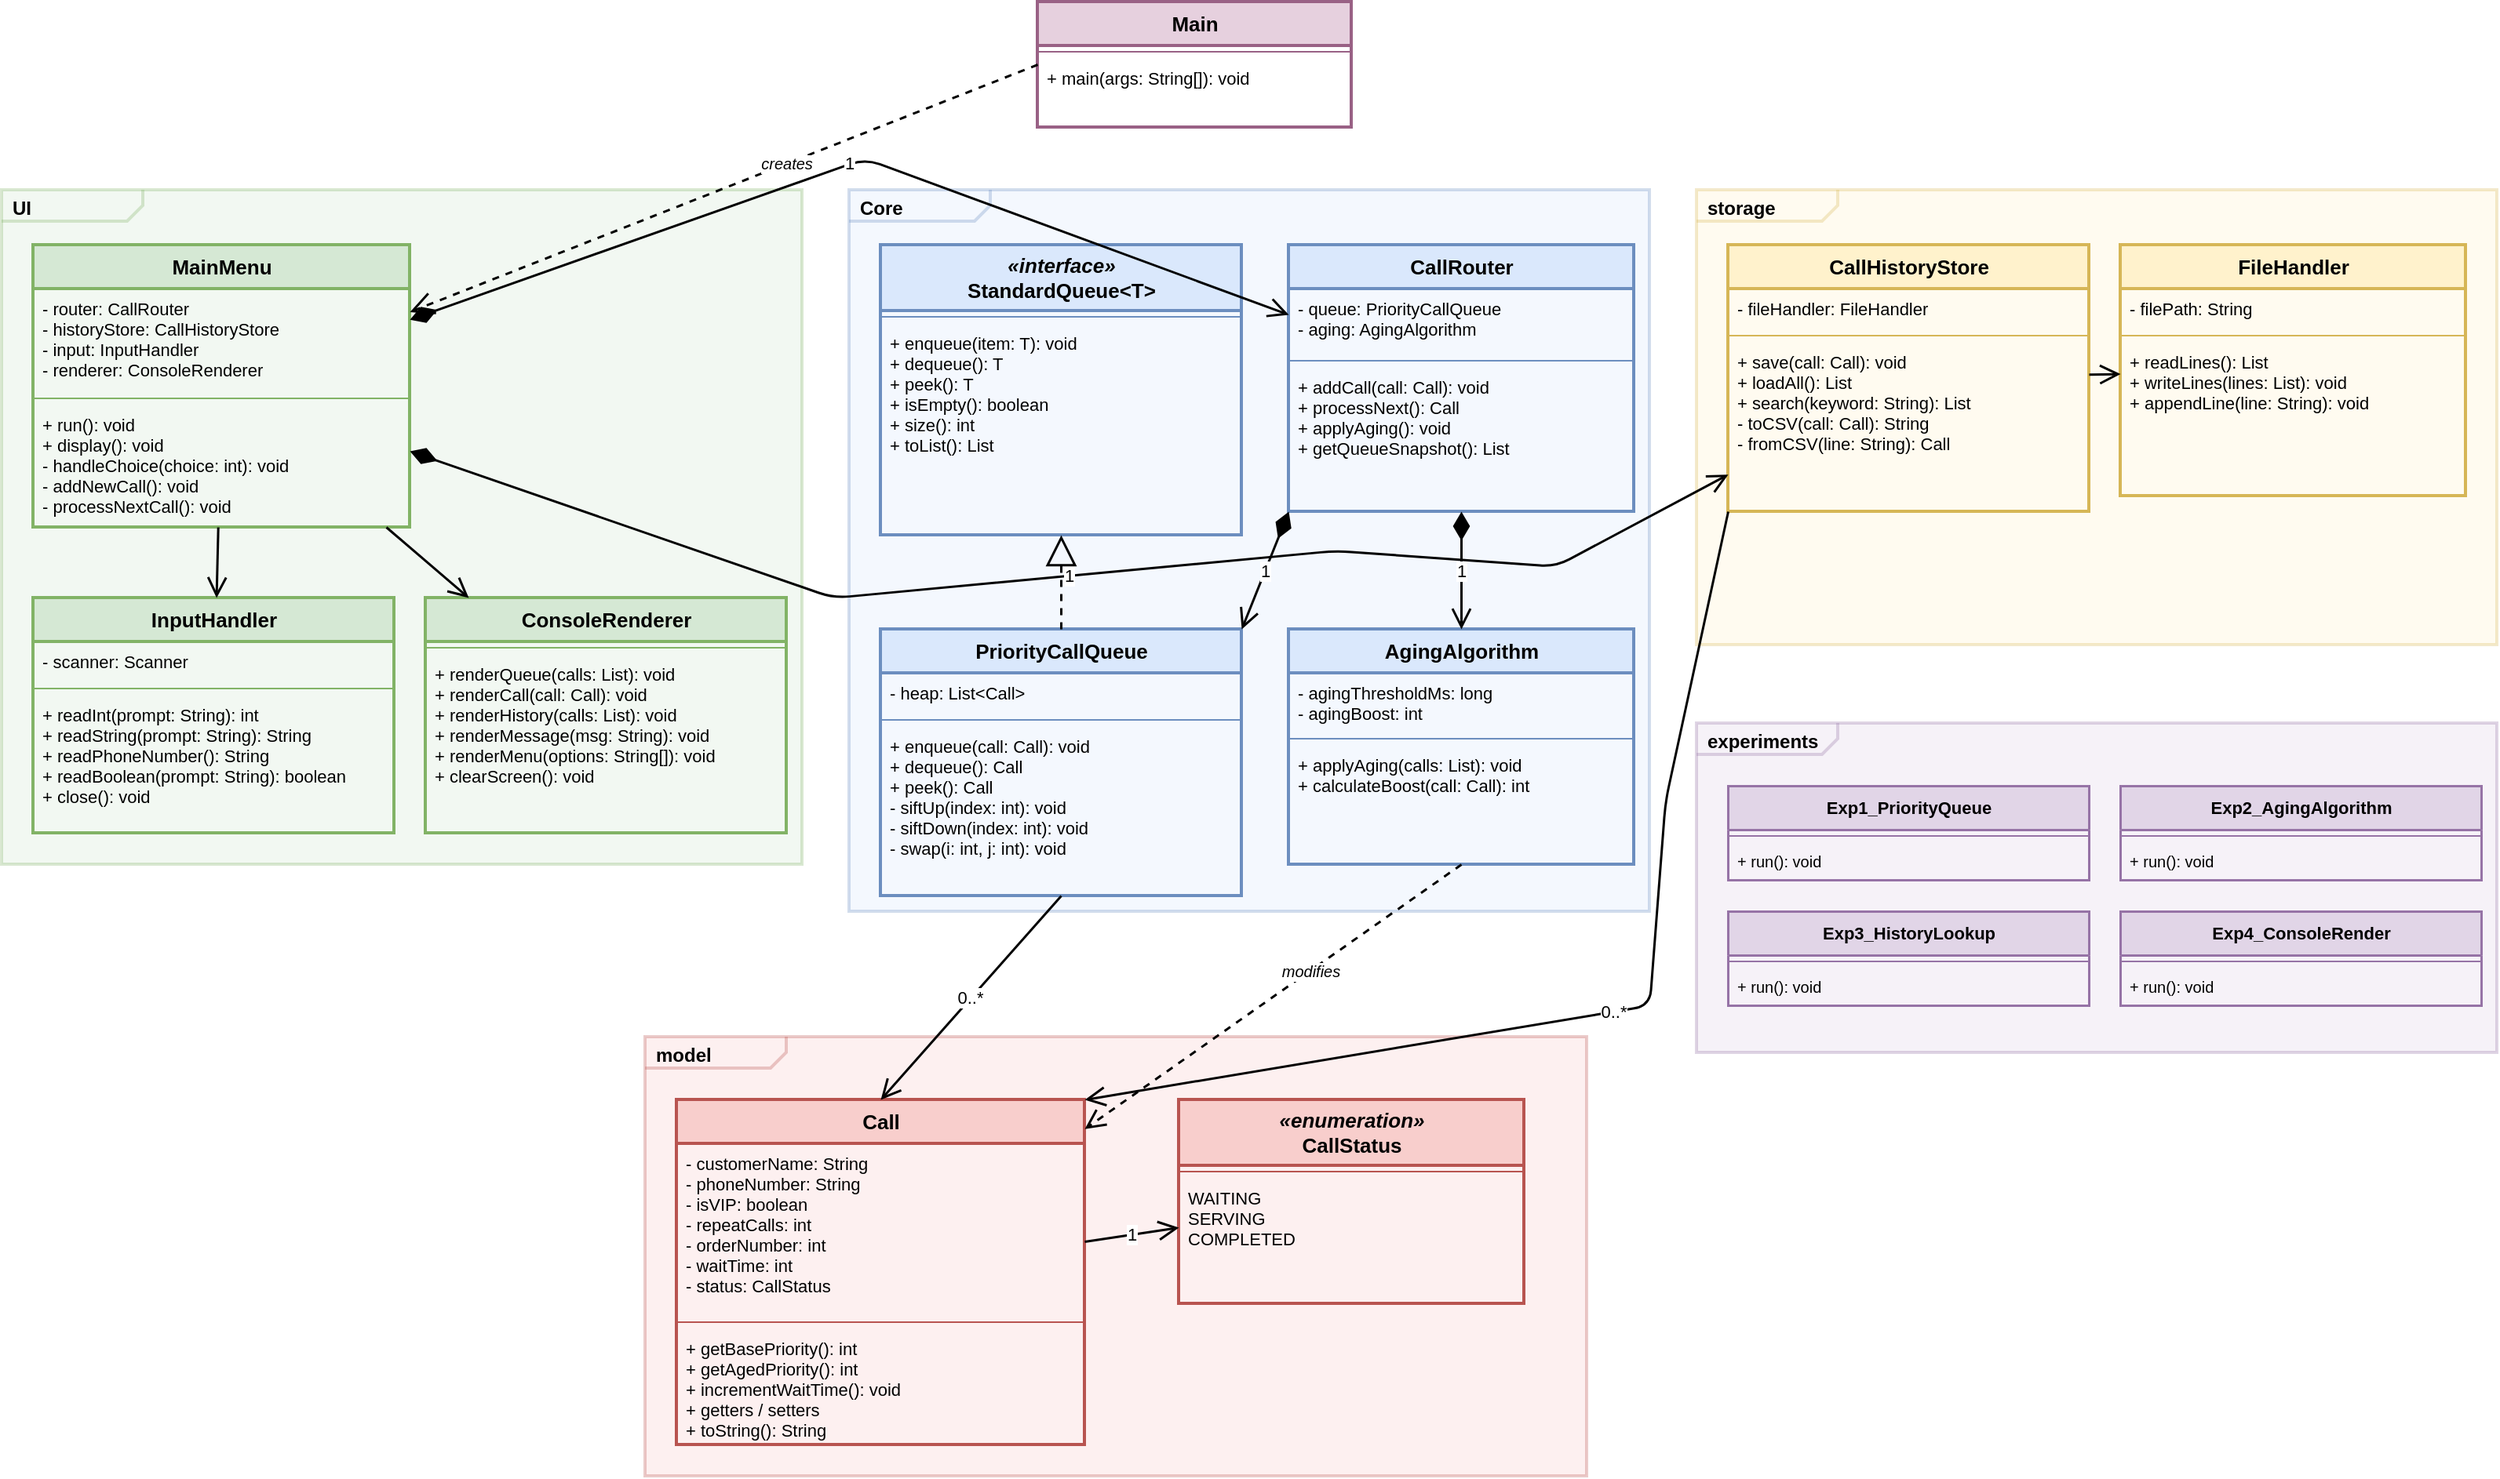
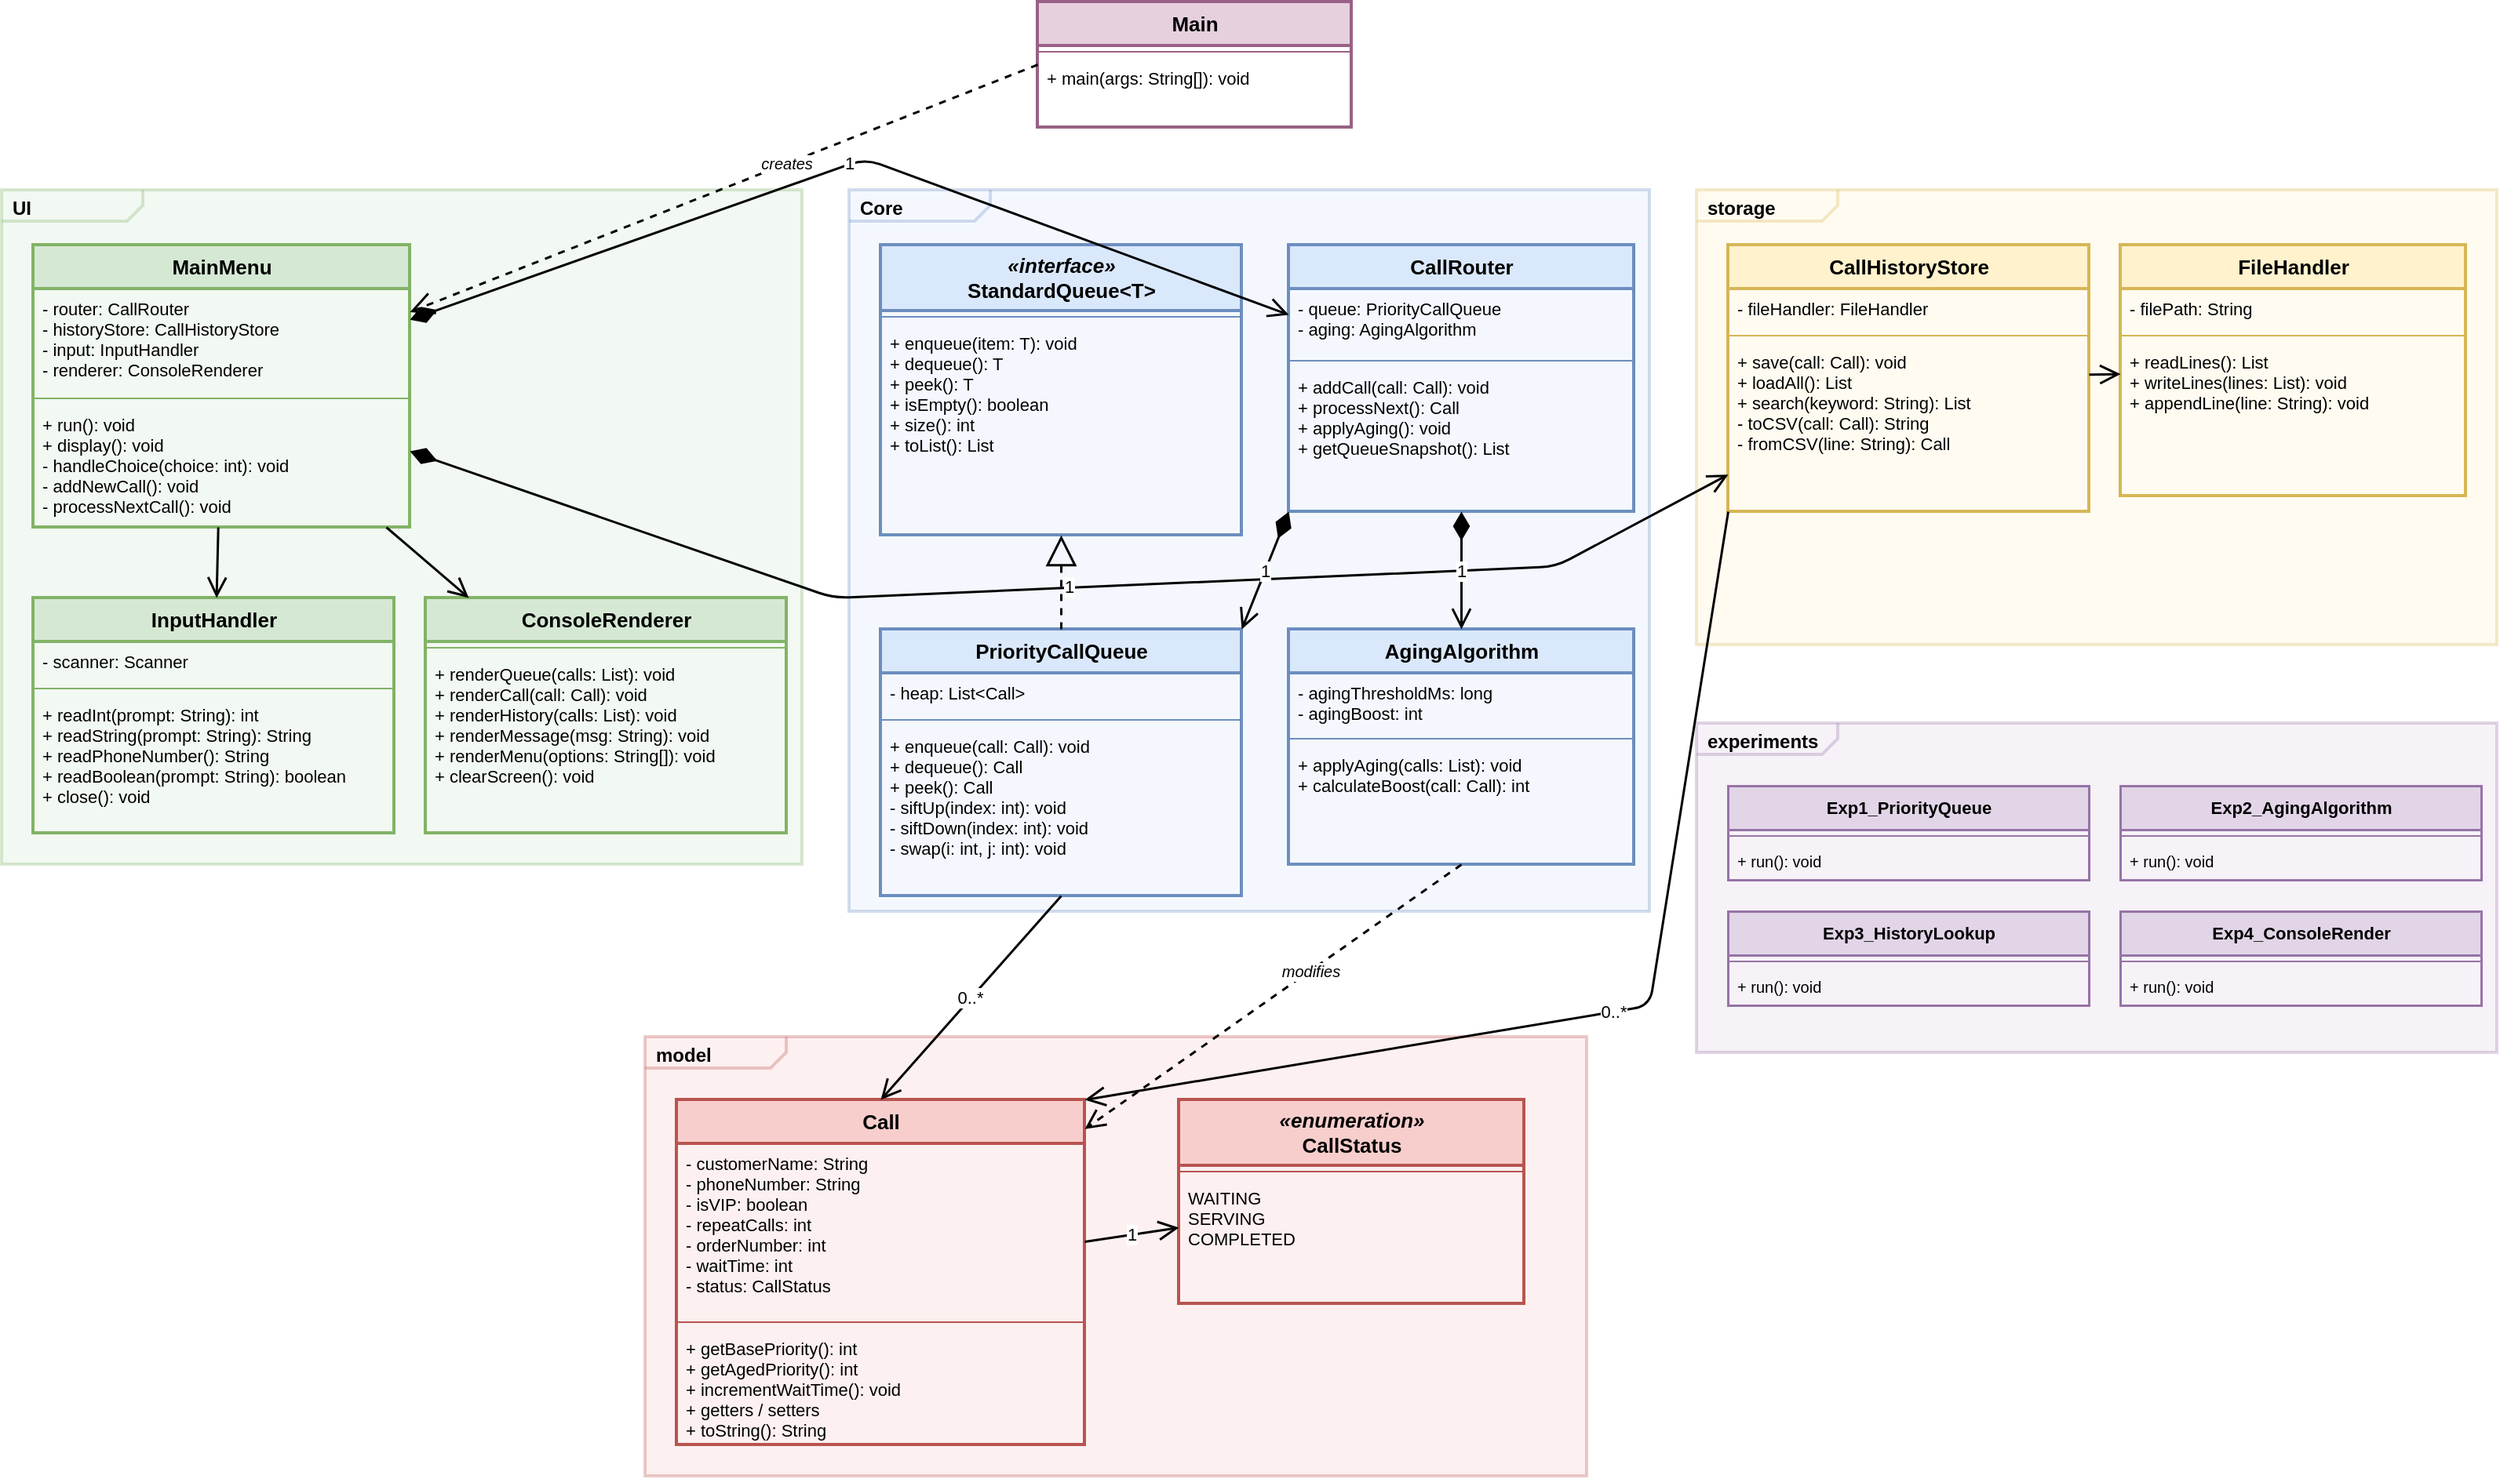
<mxfile host="Electron" agent="Antigravity">
  <diagram id="class-diagram" name="Class Diagram">
-     <mxGraphModel dx="815" dy="592" grid="1" gridSize="10" guides="1" tooltips="1" connect="1" arrows="1" fold="1" page="1" pageScale="1" pageWidth="1800" pageHeight="1400" math="0" shadow="0">
+     <mxGraphModel dx="968" dy="703" grid="1" gridSize="10" guides="1" tooltips="1" connect="1" arrows="1" fold="1" page="1" pageScale="1" pageWidth="1800" pageHeight="1400" math="0" shadow="0">
      <root>
        <mxCell id="0" />
        <mxCell id="1" parent="0" />
        <mxCell id="pkg_ui" parent="1" style="shape=mxgraph.sysml.package;html=1;whiteSpace=wrap;align=left;verticalAlign=top;spacingTop=-2;spacingLeft=5;fontSize=12;strokeColor=#82b366;fillColor=#d5e8d4;strokeWidth=2;opacity=30;" value="&lt;b&gt;UI&lt;/b&gt;" vertex="1">
          <mxGeometry height="430" width="510" x="20" y="140" as="geometry" />
        </mxCell>
        <mxCell id="pkg_core" parent="1" style="shape=mxgraph.sysml.package;html=1;whiteSpace=wrap;align=left;verticalAlign=top;spacingTop=-2;spacingLeft=5;fontSize=12;strokeColor=#6c8ebf;fillColor=#dae8fc;strokeWidth=2;opacity=30;" value="&lt;b&gt;Core&lt;/b&gt;" vertex="1">
          <mxGeometry height="460" width="510" x="560" y="140" as="geometry" />
        </mxCell>
        <mxCell id="pkg_storage" parent="1" style="shape=mxgraph.sysml.package;html=1;whiteSpace=wrap;align=left;verticalAlign=top;spacingTop=-2;spacingLeft=5;fontSize=12;strokeColor=#d6b656;fillColor=#fff2cc;strokeWidth=2;opacity=30;" value="&lt;b&gt;storage&lt;/b&gt;" vertex="1">
          <mxGeometry height="290" width="510" x="1100" y="140" as="geometry" />
        </mxCell>
        <mxCell id="pkg_model" parent="1" style="shape=mxgraph.sysml.package;html=1;whiteSpace=wrap;align=left;verticalAlign=top;spacingTop=-2;spacingLeft=5;fontSize=12;strokeColor=#b85450;fillColor=#f8cecc;strokeWidth=2;opacity=30;" value="&lt;b&gt;model&lt;/b&gt;" vertex="1">
          <mxGeometry height="280" width="600" x="430" y="680" as="geometry" />
        </mxCell>
        <mxCell id="pkg_experiment" parent="1" style="shape=mxgraph.sysml.package;html=1;whiteSpace=wrap;align=left;verticalAlign=top;spacingTop=-2;spacingLeft=5;fontSize=12;strokeColor=#9673a6;fillColor=#e1d5e7;strokeWidth=2;opacity=30;" value="&lt;b&gt;experiments&lt;/b&gt;" vertex="1">
          <mxGeometry height="210" width="510" x="1100" y="480" as="geometry" />
        </mxCell>
        <mxCell id="c_main" parent="1" style="swimlane;fontStyle=1;align=center;startSize=28;html=1;collapsible=0;fontSize=13;fillColor=#e6d0de;strokeColor=#996185;strokeWidth=2;" value="Main" vertex="1">
          <mxGeometry height="80" width="200" x="680" y="20" as="geometry" />
        </mxCell>
        <mxCell id="c_main_sep" parent="c_main" style="line;strokeWidth=1;fillColor=none;align=left;verticalAlign=middle;spacingTop=-1;spacingLeft=3;spacingRight=10;rotatable=0;labelPosition=left;points=[];portConstraint=eastwest;strokeColor=inherit;" value="" vertex="1">
          <mxGeometry height="8" width="200" y="28" as="geometry" />
        </mxCell>
        <mxCell id="c_main_methods" parent="c_main" style="text;strokeColor=none;fillColor=none;align=left;verticalAlign=top;spacingLeft=4;spacingRight=4;overflow=hidden;rotatable=0;points=[[0,0.5],[1,0.5]];portConstraint=eastwest;fontFamily=Helvetica;fontSize=11;" value="+ main(args: String[]): void" vertex="1">
          <mxGeometry height="40" width="200" y="36" as="geometry" />
        </mxCell>
        <mxCell id="c_mainmenu" parent="1" style="swimlane;fontStyle=1;align=center;startSize=28;html=1;collapsible=0;fontSize=13;fillColor=#d5e8d4;strokeColor=#82b366;strokeWidth=2;" value="MainMenu" vertex="1">
          <mxGeometry height="180" width="240" x="40" y="175" as="geometry" />
        </mxCell>
        <mxCell id="c_mainmenu_attrs" parent="c_mainmenu" style="text;strokeColor=none;fillColor=none;align=left;verticalAlign=top;spacingLeft=4;spacingRight=4;overflow=hidden;rotatable=0;points=[[0,0.5],[1,0.5]];portConstraint=eastwest;fontFamily=Helvetica;fontSize=11;" value="- router: CallRouter&#xa;- historyStore: CallHistoryStore&#xa;- input: InputHandler&#xa;- renderer: ConsoleRenderer" vertex="1">
          <mxGeometry height="66" width="240" y="28" as="geometry" />
        </mxCell>
        <mxCell id="c_mainmenu_sep" parent="c_mainmenu" style="line;strokeWidth=1;fillColor=none;align=left;verticalAlign=middle;spacingTop=-1;spacingLeft=3;spacingRight=10;rotatable=0;labelPosition=left;points=[];portConstraint=eastwest;strokeColor=inherit;" value="" vertex="1">
          <mxGeometry height="8" width="240" y="94" as="geometry" />
        </mxCell>
        <mxCell id="c_mainmenu_methods" parent="c_mainmenu" style="text;strokeColor=none;fillColor=none;align=left;verticalAlign=top;spacingLeft=4;spacingRight=4;overflow=hidden;rotatable=0;points=[[0,0.5],[1,0.5]];portConstraint=eastwest;fontFamily=Helvetica;fontSize=11;" value="+ run(): void&#xa;+ display(): void&#xa;- handleChoice(choice: int): void&#xa;- addNewCall(): void&#xa;- processNextCall(): void" vertex="1">
          <mxGeometry height="74" width="240" y="102" as="geometry" />
        </mxCell>
        <mxCell id="c_input" parent="1" style="swimlane;fontStyle=1;align=center;startSize=28;html=1;collapsible=0;fontSize=13;fillColor=#d5e8d4;strokeColor=#82b366;strokeWidth=2;" value="InputHandler" vertex="1">
          <mxGeometry height="150" width="230" x="40" y="400" as="geometry" />
        </mxCell>
        <mxCell id="c_input_attrs" parent="c_input" style="text;strokeColor=none;fillColor=none;align=left;verticalAlign=top;spacingLeft=4;spacingRight=4;overflow=hidden;rotatable=0;points=[[0,0.5],[1,0.5]];portConstraint=eastwest;fontFamily=Helvetica;fontSize=11;" value="- scanner: Scanner" vertex="1">
          <mxGeometry height="26" width="230" y="28" as="geometry" />
        </mxCell>
        <mxCell id="c_input_sep" parent="c_input" style="line;strokeWidth=1;fillColor=none;align=left;verticalAlign=middle;spacingTop=-1;spacingLeft=3;spacingRight=10;rotatable=0;labelPosition=left;points=[];portConstraint=eastwest;strokeColor=inherit;" value="" vertex="1">
          <mxGeometry height="8" width="230" y="54" as="geometry" />
        </mxCell>
        <mxCell id="c_input_methods" parent="c_input" style="text;strokeColor=none;fillColor=none;align=left;verticalAlign=top;spacingLeft=4;spacingRight=4;overflow=hidden;rotatable=0;points=[[0,0.5],[1,0.5]];portConstraint=eastwest;fontFamily=Helvetica;fontSize=11;" value="+ readInt(prompt: String): int&#xa;+ readString(prompt: String): String&#xa;+ readPhoneNumber(): String&#xa;+ readBoolean(prompt: String): boolean&#xa;+ close(): void" vertex="1">
          <mxGeometry height="84" width="230" y="62" as="geometry" />
        </mxCell>
        <mxCell id="c_renderer" parent="1" style="swimlane;fontStyle=1;align=center;startSize=28;html=1;collapsible=0;fontSize=13;fillColor=#d5e8d4;strokeColor=#82b366;strokeWidth=2;" value="ConsoleRenderer" vertex="1">
          <mxGeometry height="150" width="230" x="290" y="400" as="geometry" />
        </mxCell>
        <mxCell id="c_renderer_sep" parent="c_renderer" style="line;strokeWidth=1;fillColor=none;align=left;verticalAlign=middle;spacingTop=-1;spacingLeft=3;spacingRight=10;rotatable=0;labelPosition=left;points=[];portConstraint=eastwest;strokeColor=inherit;" value="" vertex="1">
          <mxGeometry height="8" width="230" y="28" as="geometry" />
        </mxCell>
        <mxCell id="c_renderer_methods" parent="c_renderer" style="text;strokeColor=none;fillColor=none;align=left;verticalAlign=top;spacingLeft=4;spacingRight=4;overflow=hidden;rotatable=0;points=[[0,0.5],[1,0.5]];portConstraint=eastwest;fontFamily=Helvetica;fontSize=11;" value="+ renderQueue(calls: List): void&#xa;+ renderCall(call: Call): void&#xa;+ renderHistory(calls: List): void&#xa;+ renderMessage(msg: String): void&#xa;+ renderMenu(options: String[]): void&#xa;+ clearScreen(): void" vertex="1">
          <mxGeometry height="110" width="230" y="36" as="geometry" />
        </mxCell>
        <mxCell id="c_stdqueue" parent="1" style="swimlane;fontStyle=1;align=center;startSize=42;html=1;collapsible=0;fontSize=13;fillColor=#dae8fc;strokeColor=#6c8ebf;strokeWidth=2;" value="&lt;i&gt;«interface»&lt;/i&gt;&lt;br&gt;StandardQueue&amp;lt;T&amp;gt;" vertex="1">
          <mxGeometry height="185" width="230" x="580" y="175" as="geometry" />
        </mxCell>
        <mxCell id="c_stdqueue_sep" parent="c_stdqueue" style="line;strokeWidth=1;fillColor=none;align=left;verticalAlign=middle;spacingTop=-1;spacingLeft=3;spacingRight=10;rotatable=0;labelPosition=left;points=[];portConstraint=eastwest;strokeColor=inherit;" value="" vertex="1">
          <mxGeometry height="8" width="230" y="42" as="geometry" />
        </mxCell>
        <mxCell id="c_stdqueue_methods" parent="c_stdqueue" style="text;strokeColor=none;fillColor=none;align=left;verticalAlign=top;spacingLeft=4;spacingRight=4;overflow=hidden;rotatable=0;points=[[0,0.5],[1,0.5]];portConstraint=eastwest;fontFamily=Helvetica;fontSize=11;" value="+ enqueue(item: T): void&#xa;+ dequeue(): T&#xa;+ peek(): T&#xa;+ isEmpty(): boolean&#xa;+ size(): int&#xa;+ toList(): List" vertex="1">
          <mxGeometry height="131" width="230" y="50" as="geometry" />
        </mxCell>
        <mxCell id="c_pqueue" parent="1" style="swimlane;fontStyle=1;align=center;startSize=28;html=1;collapsible=0;fontSize=13;fillColor=#dae8fc;strokeColor=#6c8ebf;strokeWidth=2;" value="PriorityCallQueue" vertex="1">
          <mxGeometry height="170" width="230" x="580" y="420" as="geometry" />
        </mxCell>
        <mxCell id="c_pqueue_attrs" parent="c_pqueue" style="text;strokeColor=none;fillColor=none;align=left;verticalAlign=top;spacingLeft=4;spacingRight=4;overflow=hidden;rotatable=0;points=[[0,0.5],[1,0.5]];portConstraint=eastwest;fontFamily=Helvetica;fontSize=11;" value="- heap: List&lt;Call&gt;" vertex="1">
          <mxGeometry height="26" width="230" y="28" as="geometry" />
        </mxCell>
        <mxCell id="c_pqueue_sep" parent="c_pqueue" style="line;strokeWidth=1;fillColor=none;align=left;verticalAlign=middle;spacingTop=-1;spacingLeft=3;spacingRight=10;rotatable=0;labelPosition=left;points=[];portConstraint=eastwest;strokeColor=inherit;" value="" vertex="1">
          <mxGeometry height="8" width="230" y="54" as="geometry" />
        </mxCell>
        <mxCell id="c_pqueue_methods" parent="c_pqueue" style="text;strokeColor=none;fillColor=none;align=left;verticalAlign=top;spacingLeft=4;spacingRight=4;overflow=hidden;rotatable=0;points=[[0,0.5],[1,0.5]];portConstraint=eastwest;fontFamily=Helvetica;fontSize=11;" value="+ enqueue(call: Call): void&#xa;+ dequeue(): Call&#xa;+ peek(): Call&#xa;- siftUp(index: int): void&#xa;- siftDown(index: int): void&#xa;- swap(i: int, j: int): void" vertex="1">
          <mxGeometry height="104" width="230" y="62" as="geometry" />
        </mxCell>
        <mxCell id="c_router" parent="1" style="swimlane;fontStyle=1;align=center;startSize=28;html=1;collapsible=0;fontSize=13;fillColor=#dae8fc;strokeColor=#6c8ebf;strokeWidth=2;" value="CallRouter" vertex="1">
          <mxGeometry height="170" width="220" x="840" y="175" as="geometry" />
        </mxCell>
        <mxCell id="c_router_attrs" parent="c_router" style="text;strokeColor=none;fillColor=none;align=left;verticalAlign=top;spacingLeft=4;spacingRight=4;overflow=hidden;rotatable=0;points=[[0,0.5],[1,0.5]];portConstraint=eastwest;fontFamily=Helvetica;fontSize=11;" value="- queue: PriorityCallQueue&#xa;- aging: AgingAlgorithm" vertex="1">
          <mxGeometry height="42" width="220" y="28" as="geometry" />
        </mxCell>
        <mxCell id="c_router_sep" parent="c_router" style="line;strokeWidth=1;fillColor=none;align=left;verticalAlign=middle;spacingTop=-1;spacingLeft=3;spacingRight=10;rotatable=0;labelPosition=left;points=[];portConstraint=eastwest;strokeColor=inherit;" value="" vertex="1">
          <mxGeometry height="8" width="220" y="70" as="geometry" />
        </mxCell>
        <mxCell id="c_router_methods" parent="c_router" style="text;strokeColor=none;fillColor=none;align=left;verticalAlign=top;spacingLeft=4;spacingRight=4;overflow=hidden;rotatable=0;points=[[0,0.5],[1,0.5]];portConstraint=eastwest;fontFamily=Helvetica;fontSize=11;" value="+ addCall(call: Call): void&#xa;+ processNext(): Call&#xa;+ applyAging(): void&#xa;+ getQueueSnapshot(): List" vertex="1">
          <mxGeometry height="88" width="220" y="78" as="geometry" />
        </mxCell>
        <mxCell id="c_aging" parent="1" style="swimlane;fontStyle=1;align=center;startSize=28;html=1;collapsible=0;fontSize=13;fillColor=#dae8fc;strokeColor=#6c8ebf;strokeWidth=2;" value="AgingAlgorithm" vertex="1">
          <mxGeometry height="150" width="220" x="840" y="420" as="geometry" />
        </mxCell>
        <mxCell id="c_aging_attrs" parent="c_aging" style="text;strokeColor=none;fillColor=none;align=left;verticalAlign=top;spacingLeft=4;spacingRight=4;overflow=hidden;rotatable=0;points=[[0,0.5],[1,0.5]];portConstraint=eastwest;fontFamily=Helvetica;fontSize=11;" value="- agingThresholdMs: long&#xa;- agingBoost: int" vertex="1">
          <mxGeometry height="38" width="220" y="28" as="geometry" />
        </mxCell>
        <mxCell id="c_aging_sep" parent="c_aging" style="line;strokeWidth=1;fillColor=none;align=left;verticalAlign=middle;spacingTop=-1;spacingLeft=3;spacingRight=10;rotatable=0;labelPosition=left;points=[];portConstraint=eastwest;strokeColor=inherit;" value="" vertex="1">
          <mxGeometry height="8" width="220" y="66" as="geometry" />
        </mxCell>
        <mxCell id="c_aging_methods" parent="c_aging" style="text;strokeColor=none;fillColor=none;align=left;verticalAlign=top;spacingLeft=4;spacingRight=4;overflow=hidden;rotatable=0;points=[[0,0.5],[1,0.5]];portConstraint=eastwest;fontFamily=Helvetica;fontSize=11;" value="+ applyAging(calls: List): void&#xa;+ calculateBoost(call: Call): int" vertex="1">
          <mxGeometry height="72" width="220" y="74" as="geometry" />
        </mxCell>
        <mxCell id="c_history" parent="1" style="swimlane;fontStyle=1;align=center;startSize=28;html=1;collapsible=0;fontSize=13;fillColor=#fff2cc;strokeColor=#d6b656;strokeWidth=2;" value="CallHistoryStore" vertex="1">
          <mxGeometry height="170" width="230" x="1120" y="175" as="geometry" />
        </mxCell>
        <mxCell id="c_history_attrs" parent="c_history" style="text;strokeColor=none;fillColor=none;align=left;verticalAlign=top;spacingLeft=4;spacingRight=4;overflow=hidden;rotatable=0;points=[[0,0.5],[1,0.5]];portConstraint=eastwest;fontFamily=Helvetica;fontSize=11;" value="- fileHandler: FileHandler" vertex="1">
          <mxGeometry height="26" width="230" y="28" as="geometry" />
        </mxCell>
        <mxCell id="c_history_sep" parent="c_history" style="line;strokeWidth=1;fillColor=none;align=left;verticalAlign=middle;spacingTop=-1;spacingLeft=3;spacingRight=10;rotatable=0;labelPosition=left;points=[];portConstraint=eastwest;strokeColor=inherit;" value="" vertex="1">
          <mxGeometry height="8" width="230" y="54" as="geometry" />
        </mxCell>
        <mxCell id="c_history_methods" parent="c_history" style="text;strokeColor=none;fillColor=none;align=left;verticalAlign=top;spacingLeft=4;spacingRight=4;overflow=hidden;rotatable=0;points=[[0,0.5],[1,0.5]];portConstraint=eastwest;fontFamily=Helvetica;fontSize=11;" value="+ save(call: Call): void&#xa;+ loadAll(): List&#xa;+ search(keyword: String): List&#xa;- toCSV(call: Call): String&#xa;- fromCSV(line: String): Call" vertex="1">
          <mxGeometry height="104" width="230" y="62" as="geometry" />
        </mxCell>
        <mxCell id="c_filehandler" parent="1" style="swimlane;fontStyle=1;align=center;startSize=28;html=1;collapsible=0;fontSize=13;fillColor=#fff2cc;strokeColor=#d6b656;strokeWidth=2;" value="FileHandler" vertex="1">
          <mxGeometry height="160" width="220" x="1370" y="175" as="geometry" />
        </mxCell>
        <mxCell id="c_filehandler_attrs" parent="c_filehandler" style="text;strokeColor=none;fillColor=none;align=left;verticalAlign=top;spacingLeft=4;spacingRight=4;overflow=hidden;rotatable=0;points=[[0,0.5],[1,0.5]];portConstraint=eastwest;fontFamily=Helvetica;fontSize=11;" value="- filePath: String" vertex="1">
          <mxGeometry height="26" width="220" y="28" as="geometry" />
        </mxCell>
        <mxCell id="c_filehandler_sep" parent="c_filehandler" style="line;strokeWidth=1;fillColor=none;align=left;verticalAlign=middle;spacingTop=-1;spacingLeft=3;spacingRight=10;rotatable=0;labelPosition=left;points=[];portConstraint=eastwest;strokeColor=inherit;" value="" vertex="1">
          <mxGeometry height="8" width="220" y="54" as="geometry" />
        </mxCell>
        <mxCell id="c_filehandler_methods" parent="c_filehandler" style="text;strokeColor=none;fillColor=none;align=left;verticalAlign=top;spacingLeft=4;spacingRight=4;overflow=hidden;rotatable=0;points=[[0,0.5],[1,0.5]];portConstraint=eastwest;fontFamily=Helvetica;fontSize=11;" value="+ readLines(): List&#xa;+ writeLines(lines: List): void&#xa;+ appendLine(line: String): void" vertex="1">
          <mxGeometry height="94" width="220" y="62" as="geometry" />
        </mxCell>
        <mxCell id="c_call" parent="1" style="swimlane;fontStyle=1;align=center;startSize=28;html=1;collapsible=0;fontSize=13;fillColor=#f8cecc;strokeColor=#b85450;strokeWidth=2;" value="Call" vertex="1">
          <mxGeometry height="220" width="260" x="450" y="720" as="geometry" />
        </mxCell>
        <mxCell id="c_call_attrs" parent="c_call" style="text;strokeColor=none;fillColor=none;align=left;verticalAlign=top;spacingLeft=4;spacingRight=4;overflow=hidden;rotatable=0;points=[[0,0.5],[1,0.5]];portConstraint=eastwest;fontFamily=Helvetica;fontSize=11;" value="- customerName: String&#xa;- phoneNumber: String&#xa;- isVIP: boolean&#xa;- repeatCalls: int&#xa;- orderNumber: int&#xa;- waitTime: int&#xa;- status: CallStatus" vertex="1">
          <mxGeometry height="110" width="260" y="28" as="geometry" />
        </mxCell>
        <mxCell id="c_call_sep" parent="c_call" style="line;strokeWidth=1;fillColor=none;align=left;verticalAlign=middle;spacingTop=-1;spacingLeft=3;spacingRight=10;rotatable=0;labelPosition=left;points=[];portConstraint=eastwest;strokeColor=inherit;" value="" vertex="1">
          <mxGeometry height="8" width="260" y="138" as="geometry" />
        </mxCell>
        <mxCell id="c_call_methods" parent="c_call" style="text;strokeColor=none;fillColor=none;align=left;verticalAlign=top;spacingLeft=4;spacingRight=4;overflow=hidden;rotatable=0;points=[[0,0.5],[1,0.5]];portConstraint=eastwest;fontFamily=Helvetica;fontSize=11;" value="+ getBasePriority(): int&#xa;+ getAgedPriority(): int&#xa;+ incrementWaitTime(): void&#xa;+ getters / setters&#xa;+ toString(): String" vertex="1">
          <mxGeometry height="70" width="260" y="146" as="geometry" />
        </mxCell>
        <mxCell id="c_status" parent="1" style="swimlane;fontStyle=1;align=center;startSize=42;html=1;collapsible=0;fontSize=13;fillColor=#f8cecc;strokeColor=#b85450;strokeWidth=2;" value="&lt;i&gt;«enumeration»&lt;/i&gt;&lt;br&gt;CallStatus" vertex="1">
          <mxGeometry height="130" width="220" x="770" y="720" as="geometry" />
        </mxCell>
        <mxCell id="c_status_sep" parent="c_status" style="line;strokeWidth=1;fillColor=none;align=left;verticalAlign=middle;spacingTop=-1;spacingLeft=3;spacingRight=10;rotatable=0;labelPosition=left;points=[];portConstraint=eastwest;strokeColor=inherit;" value="" vertex="1">
          <mxGeometry height="8" width="220" y="42" as="geometry" />
        </mxCell>
        <mxCell id="c_status_values" parent="c_status" style="text;strokeColor=none;fillColor=none;align=left;verticalAlign=top;spacingLeft=4;spacingRight=4;overflow=hidden;rotatable=0;points=[[0,0.5],[1,0.5]];portConstraint=eastwest;fontFamily=Helvetica;fontSize=11;" value="WAITING&#xa;SERVING&#xa;COMPLETED" vertex="1">
          <mxGeometry height="76" width="220" y="50" as="geometry" />
        </mxCell>
        <mxCell id="c_exp1" parent="1" style="swimlane;fontStyle=1;align=center;startSize=28;html=1;collapsible=0;fontSize=11;fillColor=#e1d5e7;strokeColor=#9673a6;strokeWidth=1.5;" value="Exp1_PriorityQueue" vertex="1">
          <mxGeometry height="60" width="230" x="1120" y="520" as="geometry" />
        </mxCell>
        <mxCell id="c_exp1_sep" parent="c_exp1" style="line;strokeWidth=1;fillColor=none;align=left;verticalAlign=middle;spacingTop=-1;spacingLeft=3;spacingRight=10;rotatable=0;labelPosition=left;points=[];portConstraint=eastwest;strokeColor=inherit;" value="" vertex="1">
          <mxGeometry height="8" width="230" y="28" as="geometry" />
        </mxCell>
        <mxCell id="c_exp1_m" parent="c_exp1" style="text;strokeColor=none;fillColor=none;align=left;verticalAlign=top;spacingLeft=4;spacingRight=4;overflow=hidden;rotatable=0;points=[[0,0.5],[1,0.5]];portConstraint=eastwest;fontFamily=Helvetica;fontSize=10;" value="+ run(): void" vertex="1">
          <mxGeometry height="20" width="230" y="36" as="geometry" />
        </mxCell>
        <mxCell id="c_exp2" parent="1" style="swimlane;fontStyle=1;align=center;startSize=28;html=1;collapsible=0;fontSize=11;fillColor=#e1d5e7;strokeColor=#9673a6;strokeWidth=1.5;" value="Exp2_AgingAlgorithm" vertex="1">
          <mxGeometry height="60" width="230" x="1370" y="520" as="geometry" />
        </mxCell>
        <mxCell id="c_exp2_sep" parent="c_exp2" style="line;strokeWidth=1;fillColor=none;align=left;verticalAlign=middle;spacingTop=-1;spacingLeft=3;spacingRight=10;rotatable=0;labelPosition=left;points=[];portConstraint=eastwest;strokeColor=inherit;" value="" vertex="1">
          <mxGeometry height="8" width="230" y="28" as="geometry" />
        </mxCell>
        <mxCell id="c_exp2_m" parent="c_exp2" style="text;strokeColor=none;fillColor=none;align=left;verticalAlign=top;spacingLeft=4;spacingRight=4;overflow=hidden;rotatable=0;points=[[0,0.5],[1,0.5]];portConstraint=eastwest;fontFamily=Helvetica;fontSize=10;" value="+ run(): void" vertex="1">
          <mxGeometry height="20" width="230" y="36" as="geometry" />
        </mxCell>
        <mxCell id="c_exp3" parent="1" style="swimlane;fontStyle=1;align=center;startSize=28;html=1;collapsible=0;fontSize=11;fillColor=#e1d5e7;strokeColor=#9673a6;strokeWidth=1.5;" value="Exp3_HistoryLookup" vertex="1">
          <mxGeometry height="60" width="230" x="1120" y="600" as="geometry" />
        </mxCell>
        <mxCell id="c_exp3_sep" parent="c_exp3" style="line;strokeWidth=1;fillColor=none;align=left;verticalAlign=middle;spacingTop=-1;spacingLeft=3;spacingRight=10;rotatable=0;labelPosition=left;points=[];portConstraint=eastwest;strokeColor=inherit;" value="" vertex="1">
          <mxGeometry height="8" width="230" y="28" as="geometry" />
        </mxCell>
        <mxCell id="c_exp3_m" parent="c_exp3" style="text;strokeColor=none;fillColor=none;align=left;verticalAlign=top;spacingLeft=4;spacingRight=4;overflow=hidden;rotatable=0;points=[[0,0.5],[1,0.5]];portConstraint=eastwest;fontFamily=Helvetica;fontSize=10;" value="+ run(): void" vertex="1">
          <mxGeometry height="20" width="230" y="36" as="geometry" />
        </mxCell>
        <mxCell id="c_exp4" parent="1" style="swimlane;fontStyle=1;align=center;startSize=28;html=1;collapsible=0;fontSize=11;fillColor=#e1d5e7;strokeColor=#9673a6;strokeWidth=1.5;" value="Exp4_ConsoleRender" vertex="1">
          <mxGeometry height="60" width="230" x="1370" y="600" as="geometry" />
        </mxCell>
        <mxCell id="c_exp4_sep" parent="c_exp4" style="line;strokeWidth=1;fillColor=none;align=left;verticalAlign=middle;spacingTop=-1;spacingLeft=3;spacingRight=10;rotatable=0;labelPosition=left;points=[];portConstraint=eastwest;strokeColor=inherit;" value="" vertex="1">
          <mxGeometry height="8" width="230" y="28" as="geometry" />
        </mxCell>
        <mxCell id="c_exp4_m" parent="c_exp4" style="text;strokeColor=none;fillColor=none;align=left;verticalAlign=top;spacingLeft=4;spacingRight=4;overflow=hidden;rotatable=0;points=[[0,0.5],[1,0.5]];portConstraint=eastwest;fontFamily=Helvetica;fontSize=10;" value="+ run(): void" vertex="1">
          <mxGeometry height="20" width="230" y="36" as="geometry" />
        </mxCell>
        <mxCell id="rel_main_menu" edge="1" parent="1" source="c_main" style="endArrow=open;endSize=12;dashed=1;html=1;strokeWidth=1.5;exitX=0;exitY=0.5;exitDx=0;exitDy=0;" target="c_mainmenu" value="">
          <mxGeometry relative="1" as="geometry" />
        </mxCell>
        <mxCell id="rel_main_menu_label" connectable="0" parent="rel_main_menu" style="edgeLabel;html=1;align=center;verticalAlign=middle;resizable=0;points=[];fontSize=10;labelBackgroundColor=#FFFFFF;" value="&lt;i&gt;creates&lt;/i&gt;" vertex="1">
          <mxGeometry relative="1" x="-0.2" as="geometry">
            <mxPoint as="offset" />
          </mxGeometry>
        </mxCell>
        <mxCell id="rel_menu_input" edge="1" parent="1" source="c_mainmenu" style="endArrow=open;endSize=10;html=1;strokeWidth=1.5;" target="c_input" value="">
          <mxGeometry relative="1" as="geometry" />
        </mxCell>
        <mxCell id="rel_menu_renderer" edge="1" parent="1" source="c_mainmenu" style="endArrow=open;endSize=10;html=1;strokeWidth=1.5;" target="c_renderer" value="">
          <mxGeometry relative="1" as="geometry" />
        </mxCell>
        <mxCell id="rel_menu_router" edge="1" parent="1" source="c_mainmenu" style="endArrow=open;endSize=10;html=1;strokeWidth=1.5;startArrow=diamondThin;startFill=1;startSize=14;" target="c_router" value="1">
          <mxGeometry relative="1" as="geometry">
            <Array as="points">
              <mxPoint x="570" y="120" />
            </Array>
          </mxGeometry>
        </mxCell>
        <mxCell id="rel_menu_history" edge="1" parent="1" source="c_mainmenu" style="endArrow=open;endSize=10;html=1;strokeWidth=1.5;startArrow=diamondThin;startFill=1;startSize=14;" target="c_history" value="1">
          <mxGeometry relative="1" as="geometry">
            <Array as="points">
              <mxPoint x="550" y="400" />
-               <mxPoint x="870" y="370" />
              <mxPoint x="1010" y="380" />
            </Array>
          </mxGeometry>
        </mxCell>
        <mxCell id="rel_router_pqueue" edge="1" parent="1" source="c_router" style="endArrow=open;endSize=10;html=1;strokeWidth=1.5;startArrow=diamondThin;startFill=1;startSize=14;exitX=0;exitY=1;exitDx=0;exitDy=0;entryX=1;entryY=0;entryDx=0;entryDy=0;" target="c_pqueue" value="1">
          <mxGeometry relative="1" as="geometry" />
        </mxCell>
        <mxCell id="rel_router_aging" edge="1" parent="1" source="c_router" style="endArrow=open;endSize=10;html=1;strokeWidth=1.5;startArrow=diamondThin;startFill=1;startSize=14;" target="c_aging" value="1">
          <mxGeometry relative="1" as="geometry" />
        </mxCell>
        <mxCell id="rel_pqueue_stdqueue" edge="1" parent="1" source="c_pqueue" style="endArrow=block;endFill=0;endSize=16;dashed=1;html=1;strokeWidth=1.5;" target="c_stdqueue" value="">
          <mxGeometry relative="1" as="geometry" />
        </mxCell>
        <mxCell id="rel_pqueue_call" edge="1" parent="1" source="c_pqueue" style="endArrow=open;endSize=10;html=1;strokeWidth=1.5;exitX=0.5;exitY=1;exitDx=0;exitDy=0;entryX=0.5;entryY=0;entryDx=0;entryDy=0;" target="c_call" value="0..*">
          <mxGeometry relative="1" as="geometry" />
        </mxCell>
        <mxCell id="rel_history_file" edge="1" parent="1" source="c_history" style="endArrow=open;endSize=10;html=1;strokeWidth=1.5;" target="c_filehandler" value="">
          <mxGeometry relative="1" as="geometry" />
        </mxCell>
        <mxCell id="rel_history_call" edge="1" parent="1" source="c_history" style="endArrow=open;endSize=10;html=1;strokeWidth=1.5;exitX=0;exitY=1;exitDx=0;exitDy=0;entryX=1;entryY=0;entryDx=0;entryDy=0;" target="c_call" value="0..*">
          <mxGeometry relative="1" as="geometry">
            <Array as="points">
-               <mxPoint x="1080" y="530" />
              <mxPoint x="1070" y="660" />
            </Array>
          </mxGeometry>
        </mxCell>
        <mxCell id="rel_call_status" edge="1" parent="1" source="c_call" style="endArrow=open;endSize=10;html=1;strokeWidth=1.5;" target="c_status" value="1">
          <mxGeometry relative="1" as="geometry" />
        </mxCell>
        <mxCell id="rel_aging_call" edge="1" parent="1" source="c_aging" style="endArrow=open;endSize=10;dashed=1;html=1;strokeWidth=1.5;exitX=0.5;exitY=1;exitDx=0;exitDy=0;" target="c_call" value="">
          <mxGeometry relative="1" as="geometry" />
        </mxCell>
        <mxCell id="rel_aging_call_label" connectable="0" parent="rel_aging_call" style="edgeLabel;html=1;align=center;verticalAlign=middle;resizable=0;points=[];fontSize=10;labelBackgroundColor=#FFFFFF;" value="&lt;i&gt;modifies&lt;/i&gt;" vertex="1">
          <mxGeometry relative="1" x="-0.2" as="geometry">
            <mxPoint as="offset" />
          </mxGeometry>
        </mxCell>
      </root>
    </mxGraphModel>
  </diagram>
</mxfile>
